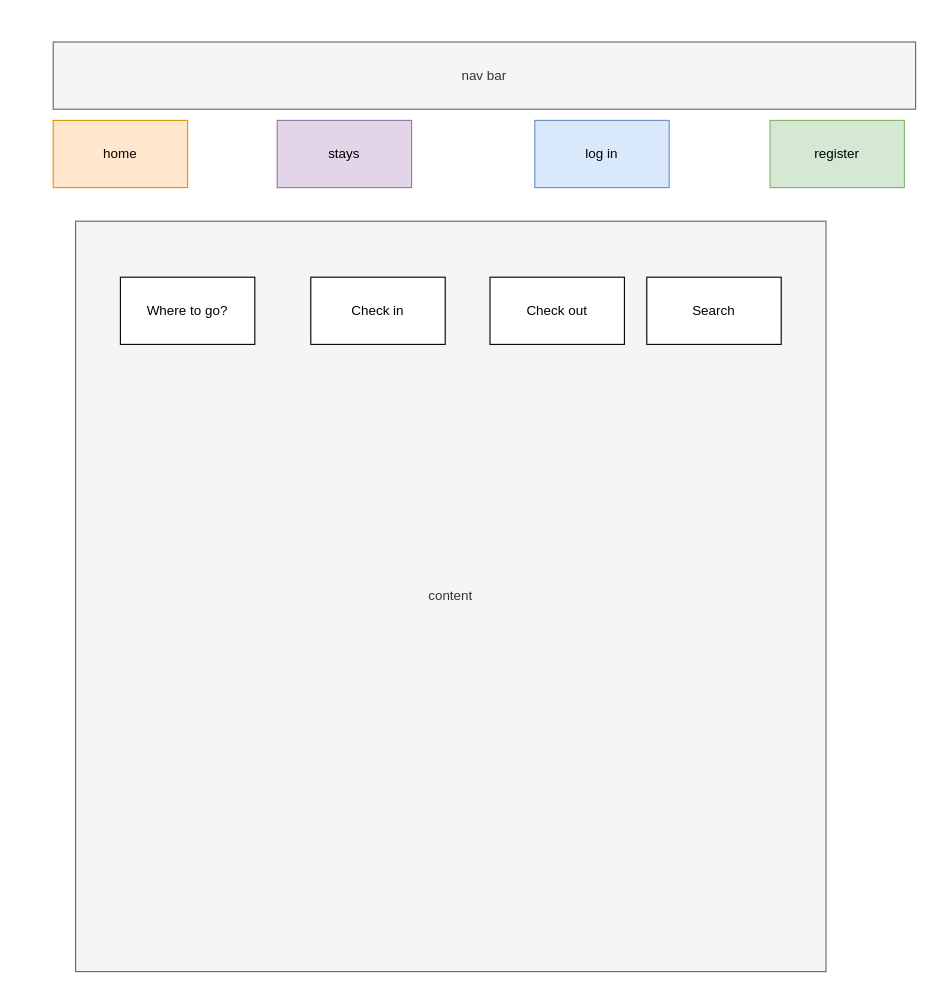
Above: page "home" (1 of 3) of docs/2 design/design.drawio in catalinaluta/travel-app (draw.io), before the change. Source tidied: cells renumbered, new cells numbered last; positions are measured from the earlier drawing's top-left corner, leaving out a move shared by most shapes. Both pictures are drawn from the tidied source at 112%, with x=0, y=0 at pixel (53, 41).
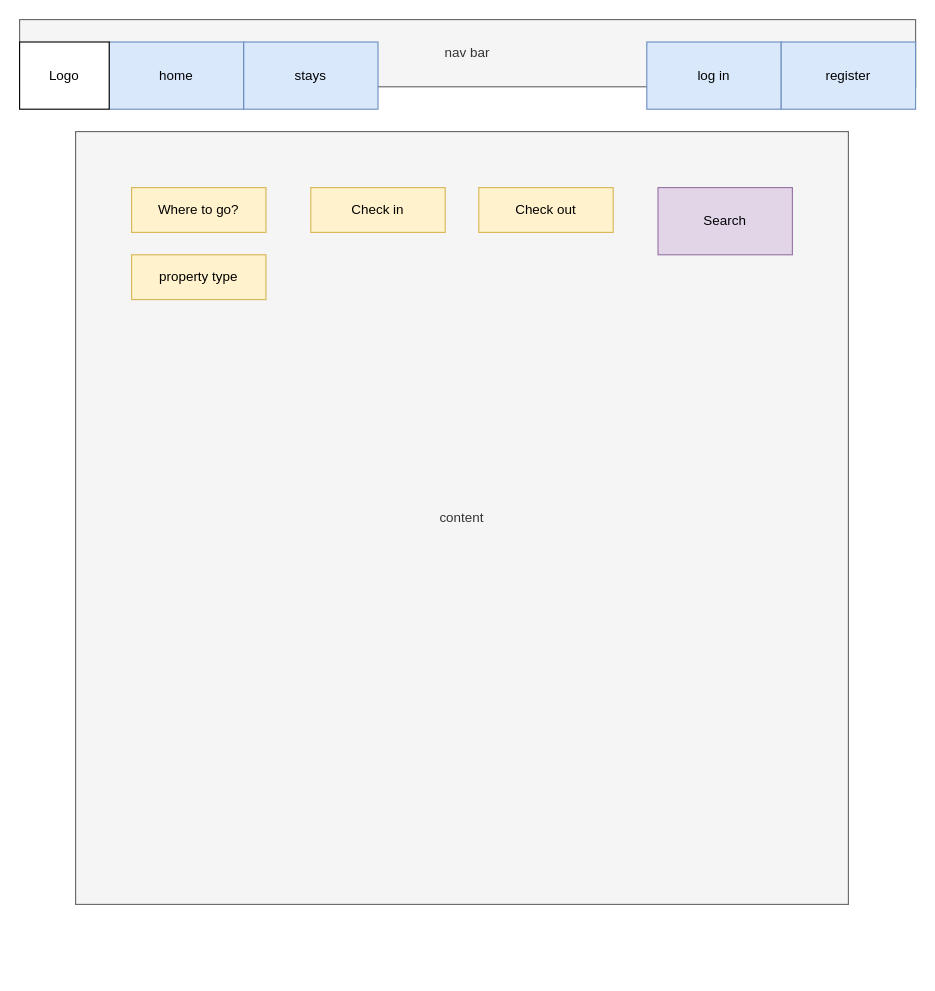
Above is the later version.

The edit, as a diff of the source:
```diff
@@
 <mxGraphModel>
   <root>
     <mxCell id="0" />
     <mxCell id="1" parent="0" />
+    <mxCell id="5" value="nav bar" style="rounded=0;whiteSpace=wrap;html=1;fillColor=#f5f5f5;strokeColor=#666666;fontColor=#333333;" parent="1" vertex="1">
+      <mxGeometry x="-30" y="-20" width="800" height="60" as="geometry" />
+    </mxCell>
-    <mxCell id="2" value="stays" style="rounded=0;whiteSpace=wrap;html=1;fillColor=#e1d5e7;strokeColor=#9673a6;" parent="1" vertex="1">
-      <mxGeometry x="200" y="70" width="120" height="60" as="geometry" />
+    <mxCell id="2" value="stays" style="rounded=0;whiteSpace=wrap;html=1;fillColor=#dae8fc;strokeColor=#6c8ebf;" parent="1" vertex="1">
+      <mxGeometry x="170" width="120" height="60" as="geometry" />
     </mxCell>
     <mxCell id="3" value="log in" style="rounded=0;whiteSpace=wrap;html=1;fillColor=#dae8fc;strokeColor=#6c8ebf;" parent="1" vertex="1">
-      <mxGeometry x="430" y="70" width="120" height="60" as="geometry" />
+      <mxGeometry x="530" width="120" height="60" as="geometry" />
     </mxCell>
-    <mxCell id="4" value="register" style="rounded=0;whiteSpace=wrap;html=1;fillColor=#d5e8d4;strokeColor=#82b366;" parent="1" vertex="1">
-      <mxGeometry x="640" y="70" width="120" height="60" as="geometry" />
+    <mxCell id="4" value="register" style="rounded=0;whiteSpace=wrap;html=1;fillColor=#dae8fc;strokeColor=#6c8ebf;" parent="1" vertex="1">
+      <mxGeometry x="650" width="120" height="60" as="geometry" />
     </mxCell>
-    <mxCell id="5" value="nav bar" style="rounded=0;whiteSpace=wrap;html=1;fillColor=#f5f5f5;strokeColor=#666666;fontColor=#333333;" parent="1" vertex="1">
-      <mxGeometry width="770" height="60" as="geometry" />
-    </mxCell>
     <mxCell id="6" value="content" style="whiteSpace=wrap;html=1;fillColor=#f5f5f5;strokeColor=#666666;fontColor=#333333;" parent="1" vertex="1">
-      <mxGeometry x="20" y="160" width="670" height="670" as="geometry" />
+      <mxGeometry x="20" y="80" width="690" height="690" as="geometry" />
     </mxCell>
-    <mxCell id="7" value="Where to go?" style="rounded=0;whiteSpace=wrap;html=1;" parent="1" vertex="1">
-      <mxGeometry x="60" y="210" width="120" height="60" as="geometry" />
+    <mxCell id="7" value="Where to go?" style="rounded=0;whiteSpace=wrap;html=1;fillColor=#fff2cc;strokeColor=#d6b656;" parent="1" vertex="1">
+      <mxGeometry x="70" y="130" width="120" height="40" as="geometry" />
     </mxCell>
-    <mxCell id="8" value="Check in" style="rounded=0;whiteSpace=wrap;html=1;" parent="1" vertex="1">
-      <mxGeometry x="230" y="210" width="120" height="60" as="geometry" />
+    <mxCell id="8" value="Check in" style="rounded=0;whiteSpace=wrap;html=1;fillColor=#fff2cc;strokeColor=#d6b656;" parent="1" vertex="1">
+      <mxGeometry x="230" y="130" width="120" height="40" as="geometry" />
     </mxCell>
-    <mxCell id="9" value="Check out" style="rounded=0;whiteSpace=wrap;html=1;" parent="1" vertex="1">
-      <mxGeometry x="390" y="210" width="120" height="60" as="geometry" />
+    <mxCell id="9" value="Check out" style="rounded=0;whiteSpace=wrap;html=1;fillColor=#fff2cc;strokeColor=#d6b656;" parent="1" vertex="1">
+      <mxGeometry x="380" y="130" width="120" height="40" as="geometry" />
     </mxCell>
-    <mxCell id="10" value="Search" style="rounded=0;whiteSpace=wrap;html=1;" parent="1" vertex="1">
-      <mxGeometry x="530" y="210" width="120" height="60" as="geometry" />
+    <mxCell id="10" value="Search" style="rounded=0;whiteSpace=wrap;html=1;fillColor=#e1d5e7;strokeColor=#9673a6;" parent="1" vertex="1">
+      <mxGeometry x="540" y="130" width="120" height="60" as="geometry" />
     </mxCell>
-    <mxCell id="11" value="home" style="rounded=0;whiteSpace=wrap;html=1;fillColor=#ffe6cc;strokeColor=#d79b00;" parent="1" vertex="1">
-      <mxGeometry y="70" width="120" height="60" as="geometry" />
+    <mxCell id="11" value="home" style="rounded=0;whiteSpace=wrap;html=1;fillColor=#dae8fc;strokeColor=#6c8ebf;" parent="1" vertex="1">
+      <mxGeometry x="50" width="120" height="60" as="geometry" />
     </mxCell>
+    <mxCell id="12" value="Logo" style="rounded=0;whiteSpace=wrap;html=1;" parent="1" vertex="1">
+      <mxGeometry x="-30" width="80" height="60" as="geometry" />
+    </mxCell>
+    <mxCell id="13" value="property type" style="rounded=0;whiteSpace=wrap;html=1;fillColor=#fff2cc;strokeColor=#d6b656;" parent="1" vertex="1">
+      <mxGeometry x="70" y="190" width="120" height="40" as="geometry" />
+    </mxCell>
   </root>
 </mxGraphModel>
```
